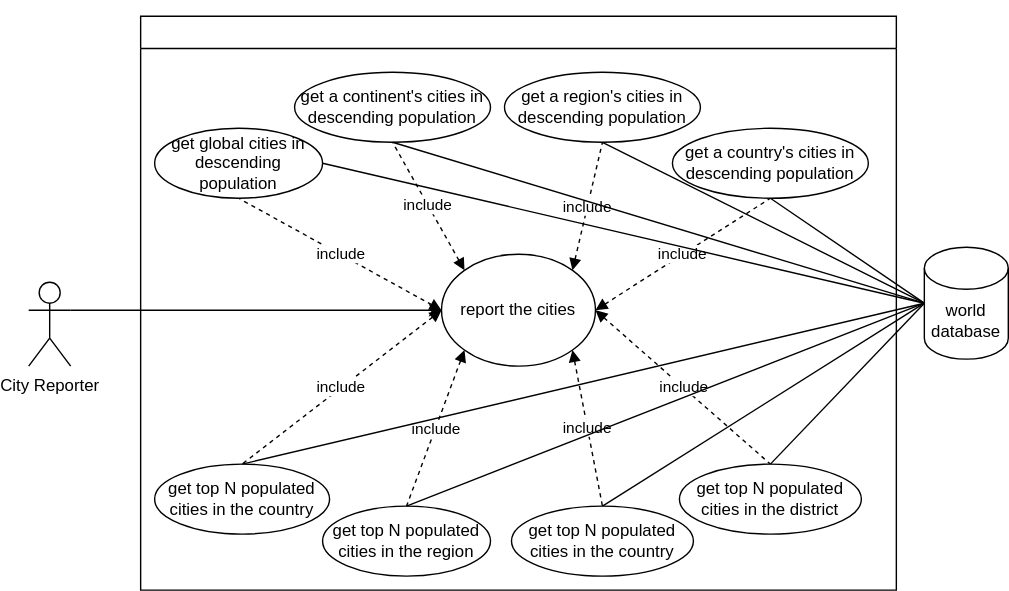
The draw.io diagram use-cases/CityReporterUseCase.svg in naingkhanthtet/devopteam4, before a commit. Source tidied: cells renumbered, new cells last; positions are measured from the earlier drawing's top-left corner, leaving out a move shared by most shapes.
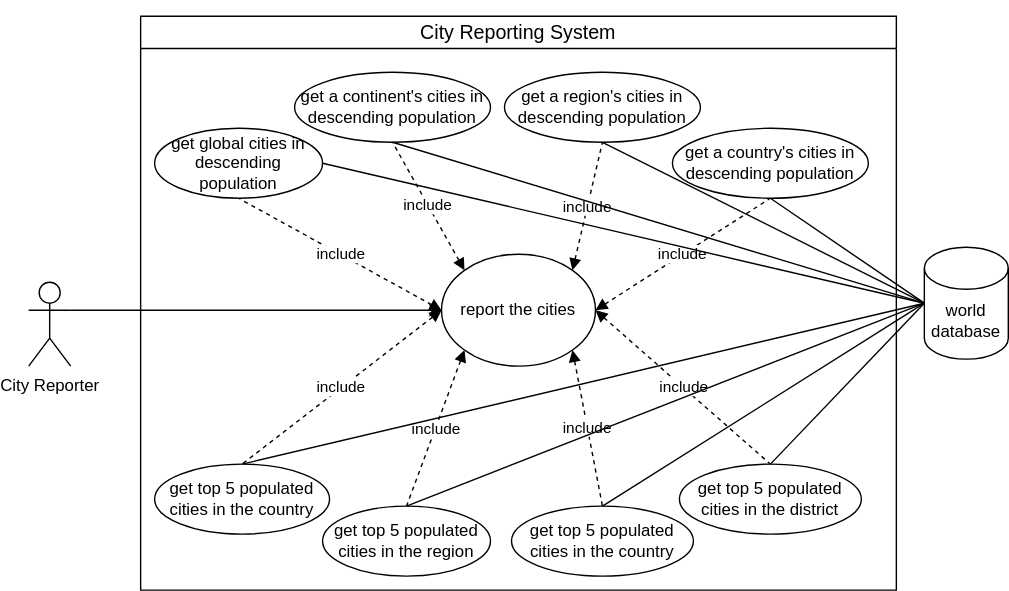
The same diagram one commit later.

Commit message:
use case diagrams updated

Change to the diagram source:
```diff
@@ -5,7 +5,7 @@
     <mxCell id="2" value="City Reporter" style="shape=umlActor;verticalLabelPosition=bottom;verticalAlign=top;html=1;outlineConnect=0;" parent="1" vertex="1">
       <mxGeometry y="190" width="30" height="60" as="geometry" />
     </mxCell>
-    <mxCell id="3" value="&lt;h3 style=&quot;color: rgb(255, 255, 255); font-style: normal; font-variant-ligatures: normal; font-variant-caps: normal; font-weight: 400; letter-spacing: normal; orphans: 2; text-align: start; text-indent: 0px; text-transform: none; widows: 2; word-spacing: 0px; -webkit-text-stroke-width: 0px; text-decoration-thickness: initial; text-decoration-style: initial; text-decoration-color: initial; overflow-wrap: break-word;&quot;&gt;&lt;font face=&quot;Helvetica&quot;&gt;City Reporting System&lt;/font&gt;&lt;/h3&gt;" style="swimlane;whiteSpace=wrap;html=1;" parent="1" vertex="1">
+    <mxCell id="3" value="&lt;h3 style=&quot;font-style: normal; font-variant-ligatures: normal; font-variant-caps: normal; font-weight: 400; letter-spacing: normal; orphans: 2; text-align: start; text-indent: 0px; text-transform: none; widows: 2; word-spacing: 0px; -webkit-text-stroke-width: 0px; text-decoration-thickness: initial; text-decoration-style: initial; text-decoration-color: initial; overflow-wrap: break-word;&quot;&gt;&lt;font style=&quot;&quot; face=&quot;Helvetica&quot;&gt;City Reporting System&lt;/font&gt;&lt;/h3&gt;" style="swimlane;whiteSpace=wrap;html=1;" parent="1" vertex="1">
       <mxGeometry x="80" width="540" height="410" as="geometry" />
     </mxCell>
     <mxCell id="4" value="get global cities in descending population" style="ellipse;whiteSpace=wrap;html=1;" parent="3" vertex="1">
@@ -14,13 +14,13 @@
     <mxCell id="5" value="get a continent's cities in descending population" style="ellipse;whiteSpace=wrap;html=1;" parent="3" vertex="1">
       <mxGeometry x="110" y="40" width="140" height="50" as="geometry" />
     </mxCell>
-    <mxCell id="6" value="get top N populated cities in the country" style="ellipse;whiteSpace=wrap;html=1;" parent="3" vertex="1">
+    <mxCell id="6" value="get top 5 populated cities in the country" style="ellipse;whiteSpace=wrap;html=1;" parent="3" vertex="1">
       <mxGeometry x="10" y="320" width="125" height="50" as="geometry" />
     </mxCell>
-    <mxCell id="7" value="get top N populated cities in the country" style="ellipse;whiteSpace=wrap;html=1;" parent="3" vertex="1">
+    <mxCell id="7" value="get top 5 populated cities in the country" style="ellipse;whiteSpace=wrap;html=1;" parent="3" vertex="1">
       <mxGeometry x="265" y="350" width="130" height="50" as="geometry" />
     </mxCell>
-    <mxCell id="8" value="get top N populated cities in the region" style="ellipse;whiteSpace=wrap;html=1;" parent="3" vertex="1">
+    <mxCell id="8" value="get top 5 populated cities in the region" style="ellipse;whiteSpace=wrap;html=1;" parent="3" vertex="1">
       <mxGeometry x="130" y="350" width="120" height="50" as="geometry" />
     </mxCell>
     <mxCell id="9" value="report the cities" style="ellipse;whiteSpace=wrap;html=1;" parent="3" vertex="1">
@@ -53,7 +53,7 @@
     <mxCell id="18" value="include" style="endArrow=none;dashed=1;html=1;rounded=0;fontFamily=Helvetica;entryX=0.5;entryY=1;entryDx=0;entryDy=0;endFill=0;startArrow=block;startFill=1;exitX=1;exitY=0.5;exitDx=0;exitDy=0;" parent="3" edge="1" source="9" target="17">
       <mxGeometry relative="1" as="geometry" />
     </mxCell>
-    <mxCell id="19" value="get top N populated cities in the district" style="ellipse;whiteSpace=wrap;html=1;" parent="3" vertex="1">
+    <mxCell id="19" value="get top 5 populated cities in the district" style="ellipse;whiteSpace=wrap;html=1;" parent="3" vertex="1">
       <mxGeometry x="385" y="320" width="130" height="50" as="geometry" />
     </mxCell>
     <mxCell id="20" value="include" style="endArrow=none;dashed=1;html=1;rounded=0;fontFamily=Helvetica;entryX=0.5;entryY=0;entryDx=0;entryDy=0;endFill=0;startArrow=block;startFill=1;exitX=1;exitY=0.5;exitDx=0;exitDy=0;" parent="3" edge="1" source="9" target="19">
```
